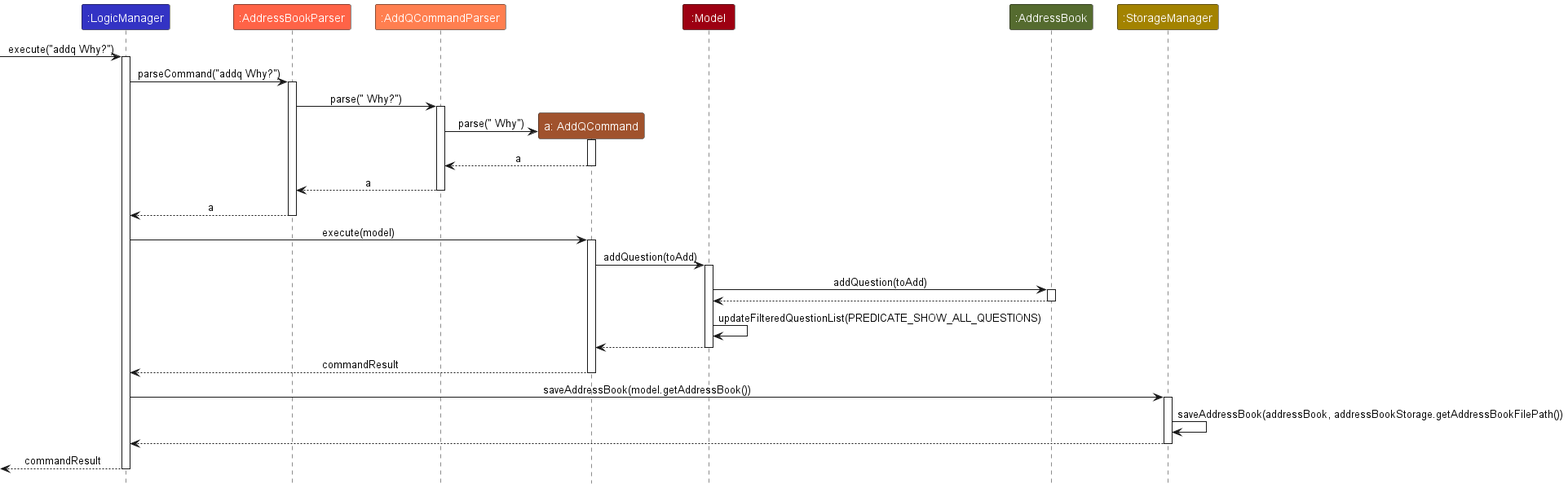
Above: docs/images/AddQSequenceDiagram.png in nus-cs2103-AY2223S1/tp (PlantUML), before the change. The source it was exported from:
```plantuml
@startuml
!include style.puml

participant ":LogicManager" as LogicManager LOGIC_COLOR
participant ":AddressBookParser" as AddressBookParser ADDRESSBOOKPARSER_COLOR
participant ":AddQCommandParser" as AddQCommandParser ADDQCOMMANDPARSER_COLOR
participant "a: AddQCommand" as AddQCommand ADDQCOMMAND_COLOR

participant ":Model" as Model MODEL_COLOR
participant ":AddressBook" as AddressBook ADDRESSBOOK_COLOR
participant ":StorageManager" as StorageManager STORAGE_COLOR

[-> LogicManager : execute("addq Why?")
activate LogicManager

LogicManager -> AddressBookParser : parseCommand("addq Why?")
activate AddressBookParser

AddressBookParser -> AddQCommandParser : parse(" Why?")
activate AddQCommandParser

Create AddQCommand
AddQCommandParser -> AddQCommand : parse(" Why")
activate AddQCommand

AddQCommand --> AddQCommandParser : a
deactivate AddQCommand

AddQCommandParser --> AddressBookParser : a
deactivate AddQCommandParser

AddressBookParser --> LogicManager : a
deactivate AddressBookParser

LogicManager -> AddQCommand : execute(model)
activate AddQCommand

AddQCommand -> Model : addQuestion(toAdd)
activate Model

Model -> AddressBook : addQuestion(toAdd)
activate AddressBook

AddressBook --> Model
deactivate AddressBook

Model -> Model : updateFilteredQuestionList(PREDICATE_SHOW_ALL_QUESTIONS)

Model --> AddQCommand
deactivate Model

AddQCommand --> LogicManager : commandResult
deactivate AddQCommand

LogicManager -> StorageManager : saveAddressBook(model.getAddressBook())
activate StorageManager

StorageManager -> StorageManager : saveAddressBook(addressBook, addressBookStorage.getAddressBookFilePath())
StorageManager --> LogicManager
deactivate StorageManager



[<--LogicManager : commandResult
deactivate LogicManager
@enduml
```
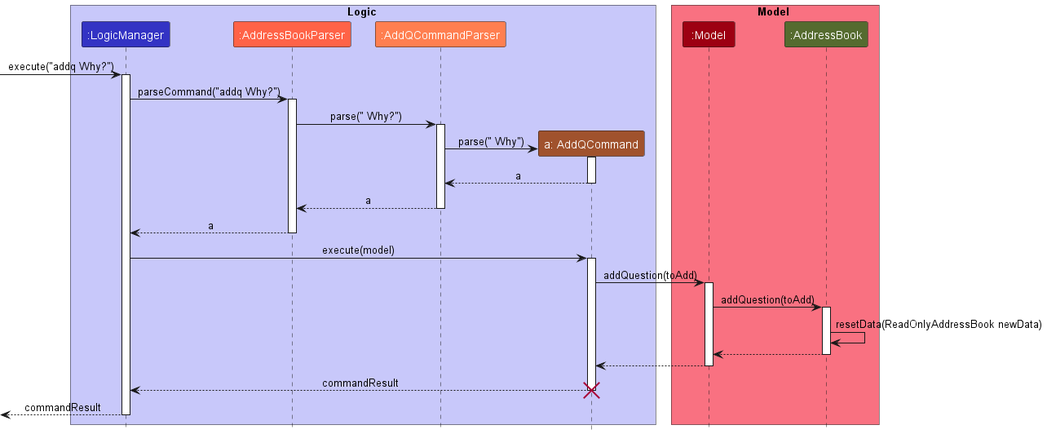
The same diagram one commit later.

What changed in the source:
```diff
@@ -1,14 +1,16 @@
 @startuml
 !include style.puml
 
+box Logic LOGIC_COLOR_T1
 participant ":LogicManager" as LogicManager LOGIC_COLOR
 participant ":AddressBookParser" as AddressBookParser ADDRESSBOOKPARSER_COLOR
 participant ":AddQCommandParser" as AddQCommandParser ADDQCOMMANDPARSER_COLOR
 participant "a: AddQCommand" as AddQCommand ADDQCOMMAND_COLOR
+box end
 
+box Model MODEL_COLOR_T1
 participant ":Model" as Model MODEL_COLOR
 participant ":AddressBook" as AddressBook ADDRESSBOOK_COLOR
-participant ":StorageManager" as StorageManager STORAGE_COLOR
 
 [-> LogicManager : execute("addq Why?")
 activate LogicManager
@@ -41,24 +43,17 @@
 Model -> AddressBook : addQuestion(toAdd)
 activate AddressBook
 
+AddressBook -> AddressBook : resetData(ReadOnlyAddressBook newData)
 AddressBook --> Model
 deactivate AddressBook
 
-Model -> Model : updateFilteredQuestionList(PREDICATE_SHOW_ALL_QUESTIONS)
 
 Model --> AddQCommand
 deactivate Model
 
 AddQCommand --> LogicManager : commandResult
 deactivate AddQCommand
-
-LogicManager -> StorageManager : saveAddressBook(model.getAddressBook())
-activate StorageManager
-
-StorageManager -> StorageManager : saveAddressBook(addressBook, addressBookStorage.getAddressBookFilePath())
-StorageManager --> LogicManager
-deactivate StorageManager
-
+destroy AddQCommand
 
 
 [<--LogicManager : commandResult
```
